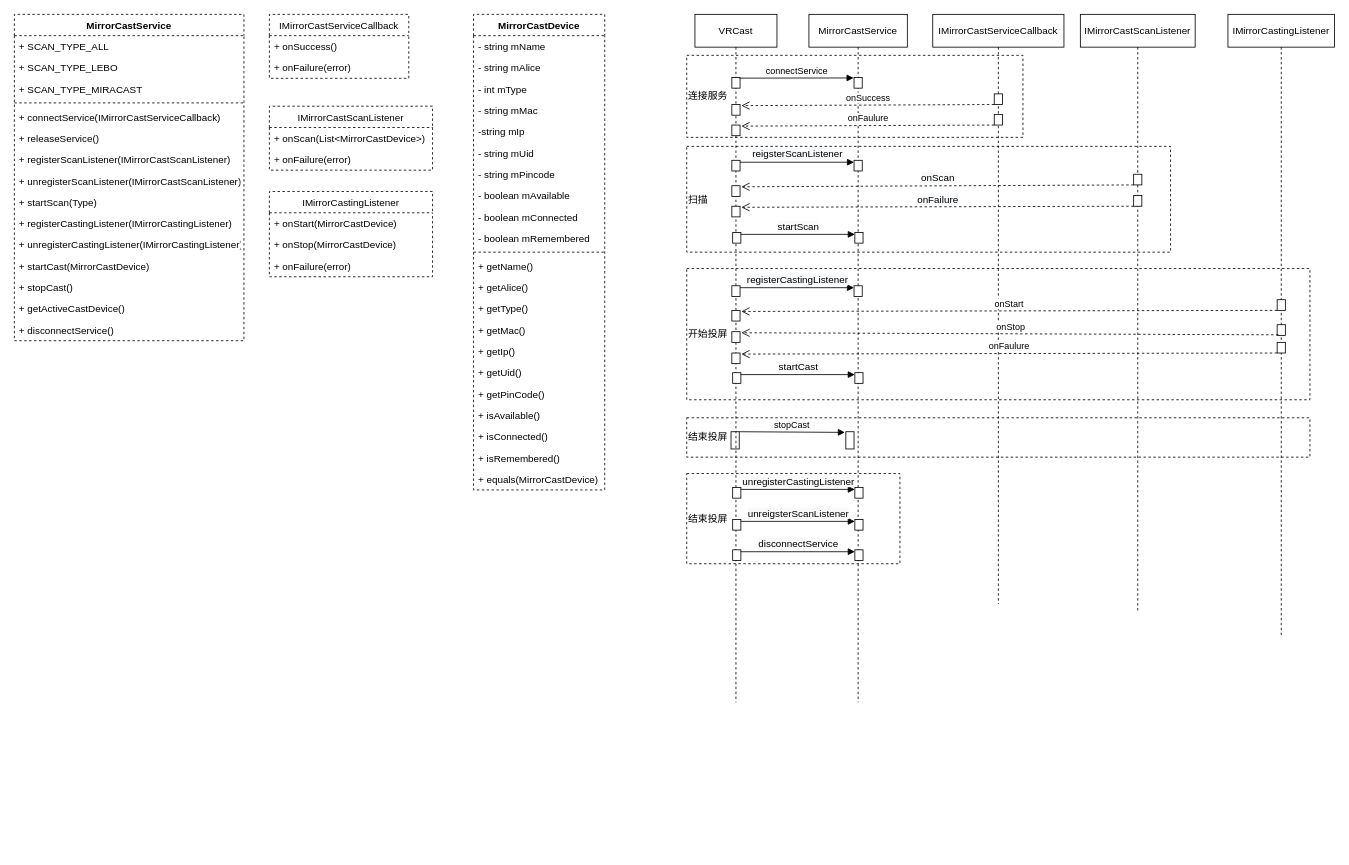
The draw.io diagram page "VR" (3 of 3) of cast.drawio in Sejutor/visio, before the edit. Source tidied: cells renumbered, new cells numbered last; positions are measured from the earlier drawing's top-left corner, leaving out a move shared by most shapes. Both pictures are drawn from the tidied source at 82%, with x=0, y=0 at pixel (14, 14).
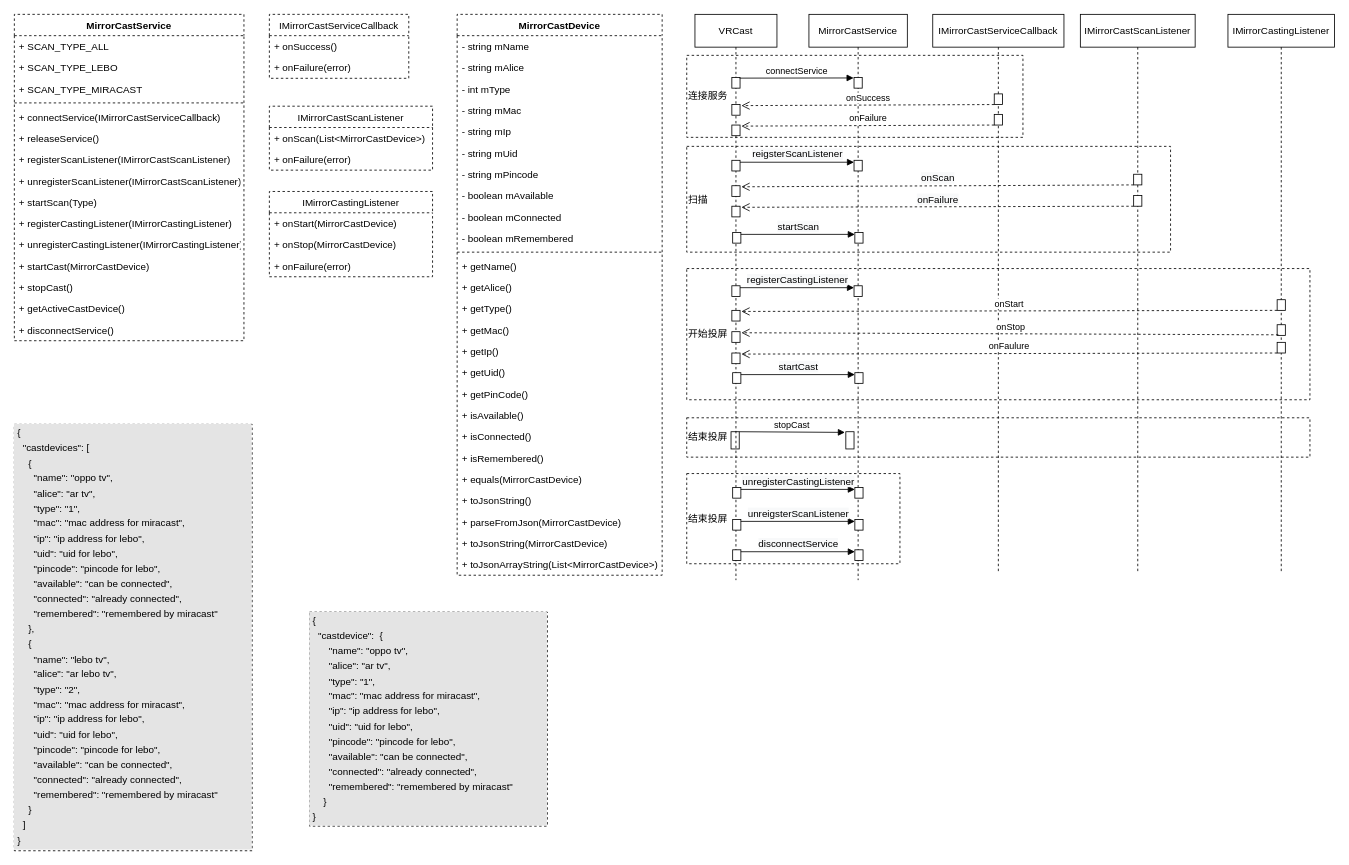
The same page after the edit.

Unchanged cells that the change refers to:
```xml
<mxCell id="77" style="html=1;points=[];perimeter=orthogonalPerimeter;" parent="1" vertex="1">
  <mxGeometry x="1195" y="122" width="10" height="13" as="geometry" />
</mxCell>
```

Diff of the diagram source:
```diff
@@
     <mxCell id="20" value="MirrorCastDevice" style="swimlane;fontStyle=1;align=center;verticalAlign=top;horizontal=1;startSize=26;dashed=1;" parent="1" vertex="1">
-      <mxGeometry x="560" width="160" height="580" as="geometry" />
+      <mxGeometry x="540" width="250" height="684" as="geometry" />
     </mxCell>
     <mxCell id="21" value="- string mName" style="text;strokeColor=none;fillColor=none;align=left;verticalAlign=top;spacingLeft=4;spacingRight=4;overflow=hidden;dashed=1;" parent="20" vertex="1">
-      <mxGeometry y="26" width="160" height="26" as="geometry" />
+      <mxGeometry y="26" width="250" height="26" as="geometry" />
     </mxCell>
     <mxCell id="22" value="- string mAlice" style="text;strokeColor=none;fillColor=none;align=left;verticalAlign=top;spacingLeft=4;spacingRight=4;overflow=hidden;dashed=1;" parent="20" vertex="1">
-      <mxGeometry y="52" width="160" height="26" as="geometry" />
+      <mxGeometry y="52" width="250" height="26" as="geometry" />
     </mxCell>
     <mxCell id="23" value="- int mType" style="text;strokeColor=none;fillColor=none;align=left;verticalAlign=top;spacingLeft=4;spacingRight=4;overflow=hidden;dashed=1;" parent="20" vertex="1">
-      <mxGeometry y="78" width="160" height="26" as="geometry" />
+      <mxGeometry y="78" width="250" height="26" as="geometry" />
     </mxCell>
     <mxCell id="24" value="- string mMac" style="text;strokeColor=none;fillColor=none;align=left;verticalAlign=top;spacingLeft=4;spacingRight=4;overflow=hidden;dashed=1;" parent="20" vertex="1">
-      <mxGeometry y="104" width="160" height="26" as="geometry" />
+      <mxGeometry y="104" width="250" height="26" as="geometry" />
     </mxCell>
-    <mxCell id="25" value="-string mIp" style="text;strokeColor=none;fillColor=none;align=left;verticalAlign=top;spacingLeft=4;spacingRight=4;overflow=hidden;dashed=1;" parent="20" vertex="1">
-      <mxGeometry y="130" width="160" height="26" as="geometry" />
+    <mxCell id="25" value="- string mIp" style="text;strokeColor=none;fillColor=none;align=left;verticalAlign=top;spacingLeft=4;spacingRight=4;overflow=hidden;dashed=1;" parent="20" vertex="1">
+      <mxGeometry y="130" width="250" height="26" as="geometry" />
     </mxCell>
     <mxCell id="26" value="- string mUid" style="text;strokeColor=none;fillColor=none;align=left;verticalAlign=top;spacingLeft=4;spacingRight=4;overflow=hidden;dashed=1;" parent="20" vertex="1">
-      <mxGeometry y="156" width="160" height="26" as="geometry" />
+      <mxGeometry y="156" width="250" height="26" as="geometry" />
     </mxCell>
     <mxCell id="27" value="- string mPincode" style="text;strokeColor=none;fillColor=none;align=left;verticalAlign=top;spacingLeft=4;spacingRight=4;overflow=hidden;dashed=1;" parent="20" vertex="1">
-      <mxGeometry y="182" width="160" height="26" as="geometry" />
+      <mxGeometry y="182" width="250" height="26" as="geometry" />
     </mxCell>
     <mxCell id="28" value="- boolean mAvailable" style="text;strokeColor=none;fillColor=none;align=left;verticalAlign=top;spacingLeft=4;spacingRight=4;overflow=hidden;dashed=1;" parent="20" vertex="1">
-      <mxGeometry y="208" width="160" height="26" as="geometry" />
+      <mxGeometry y="208" width="250" height="26" as="geometry" />
     </mxCell>
     <mxCell id="29" value="- boolean mConnected" style="text;strokeColor=none;fillColor=none;align=left;verticalAlign=top;spacingLeft=4;spacingRight=4;overflow=hidden;dashed=1;" parent="20" vertex="1">
-      <mxGeometry y="234" width="160" height="26" as="geometry" />
+      <mxGeometry y="234" width="250" height="26" as="geometry" />
     </mxCell>
     <mxCell id="30" value="- boolean mRemembered" style="text;strokeColor=none;fillColor=none;align=left;verticalAlign=top;spacingLeft=4;spacingRight=4;overflow=hidden;dashed=1;" parent="20" vertex="1">
-      <mxGeometry y="260" width="160" height="26" as="geometry" />
+      <mxGeometry y="260" width="250" height="26" as="geometry" />
     </mxCell>
     <mxCell id="31" style="line;strokeWidth=1;fillColor=none;align=left;verticalAlign=middle;spacingTop=-1;spacingLeft=3;spacingRight=3;labelPosition=right;dashed=1;" parent="20" vertex="1">
-      <mxGeometry y="286" width="160" height="8" as="geometry" />
+      <mxGeometry y="286" width="250" height="8" as="geometry" />
     </mxCell>
     <mxCell id="32" value="+ getName()" style="text;strokeColor=none;fillColor=none;align=left;verticalAlign=top;spacingLeft=4;spacingRight=4;overflow=hidden;dashed=1;" parent="20" vertex="1">
-      <mxGeometry y="294" width="160" height="26" as="geometry" />
+      <mxGeometry y="294" width="250" height="26" as="geometry" />
     </mxCell>
     <mxCell id="33" value="+ getAlice()" style="text;strokeColor=none;fillColor=none;align=left;verticalAlign=top;spacingLeft=4;spacingRight=4;overflow=hidden;dashed=1;" parent="20" vertex="1">
-      <mxGeometry y="320" width="160" height="26" as="geometry" />
+      <mxGeometry y="320" width="250" height="26" as="geometry" />
     </mxCell>
     <mxCell id="34" value="+ getType()" style="text;strokeColor=none;fillColor=none;align=left;verticalAlign=top;spacingLeft=4;spacingRight=4;overflow=hidden;dashed=1;" parent="20" vertex="1">
-      <mxGeometry y="346" width="160" height="26" as="geometry" />
+      <mxGeometry y="346" width="250" height="26" as="geometry" />
     </mxCell>
     <mxCell id="35" value="+ getMac()" style="text;strokeColor=none;fillColor=none;align=left;verticalAlign=top;spacingLeft=4;spacingRight=4;overflow=hidden;dashed=1;" parent="20" vertex="1">
-      <mxGeometry y="372" width="160" height="26" as="geometry" />
+      <mxGeometry y="372" width="250" height="26" as="geometry" />
     </mxCell>
     <mxCell id="36" value="+ getIp()" style="text;strokeColor=none;fillColor=none;align=left;verticalAlign=top;spacingLeft=4;spacingRight=4;overflow=hidden;dashed=1;" parent="20" vertex="1">
-      <mxGeometry y="398" width="160" height="26" as="geometry" />
+      <mxGeometry y="398" width="250" height="26" as="geometry" />
     </mxCell>
     <mxCell id="37" value="+ getUid()" style="text;strokeColor=none;fillColor=none;align=left;verticalAlign=top;spacingLeft=4;spacingRight=4;overflow=hidden;dashed=1;" parent="20" vertex="1">
-      <mxGeometry y="424" width="160" height="26" as="geometry" />
+      <mxGeometry y="424" width="250" height="26" as="geometry" />
     </mxCell>
     <mxCell id="38" value="+ getPinCode()" style="text;strokeColor=none;fillColor=none;align=left;verticalAlign=top;spacingLeft=4;spacingRight=4;overflow=hidden;dashed=1;" parent="20" vertex="1">
-      <mxGeometry y="450" width="160" height="26" as="geometry" />
+      <mxGeometry y="450" width="250" height="26" as="geometry" />
     </mxCell>
     <mxCell id="39" value="+ isAvailable()" style="text;strokeColor=none;fillColor=none;align=left;verticalAlign=top;spacingLeft=4;spacingRight=4;overflow=hidden;dashed=1;" parent="20" vertex="1">
-      <mxGeometry y="476" width="160" height="26" as="geometry" />
+      <mxGeometry y="476" width="250" height="26" as="geometry" />
     </mxCell>
     <mxCell id="40" value="+ isConnected()" style="text;strokeColor=none;fillColor=none;align=left;verticalAlign=top;spacingLeft=4;spacingRight=4;overflow=hidden;dashed=1;" parent="20" vertex="1">
-      <mxGeometry y="502" width="160" height="26" as="geometry" />
+      <mxGeometry y="502" width="250" height="26" as="geometry" />
     </mxCell>
     <mxCell id="41" value="+ isRemembered()" style="text;strokeColor=none;fillColor=none;align=left;verticalAlign=top;spacingLeft=4;spacingRight=4;overflow=hidden;dashed=1;" parent="20" vertex="1">
-      <mxGeometry y="528" width="160" height="26" as="geometry" />
+      <mxGeometry y="528" width="250" height="26" as="geometry" />
     </mxCell>
     <mxCell id="42" value="+ equals(MirrorCastDevice)" style="text;strokeColor=none;fillColor=none;align=left;verticalAlign=top;spacingLeft=4;spacingRight=4;overflow=hidden;dashed=1;" parent="20" vertex="1">
-      <mxGeometry y="554" width="160" height="26" as="geometry" />
+      <mxGeometry y="554" width="250" height="26" as="geometry" />
     </mxCell>
+    <mxCell id="109" value="+ toJsonString()" style="text;strokeColor=none;fillColor=none;align=left;verticalAlign=top;spacingLeft=4;spacingRight=4;overflow=hidden;dashed=1;" parent="20" vertex="1">
+      <mxGeometry y="580" width="250" height="26" as="geometry" />
+    </mxCell>
+    <mxCell id="110" value="+ parseFromJson(MirrorCastDevice)" style="text;strokeColor=none;fillColor=none;align=left;verticalAlign=top;spacingLeft=4;spacingRight=4;overflow=hidden;dashed=1;" parent="20" vertex="1">
+      <mxGeometry y="606" width="250" height="26" as="geometry" />
+    </mxCell>
+    <mxCell id="111" value="+ toJsonString(MirrorCastDevice)" style="text;strokeColor=none;fillColor=none;align=left;verticalAlign=top;spacingLeft=4;spacingRight=4;overflow=hidden;dashed=1;" parent="20" vertex="1">
+      <mxGeometry y="632" width="250" height="26" as="geometry" />
+    </mxCell>
+    <mxCell id="112" value="+ toJsonArrayString(List&lt;MirrorCastDevice&gt;)" style="text;strokeColor=none;fillColor=none;align=left;verticalAlign=top;spacingLeft=4;spacingRight=4;overflow=hidden;dashed=1;" parent="20" vertex="1">
+      <mxGeometry y="658" width="250" height="26" as="geometry" />
+    </mxCell>
@@
     <mxCell id="56" value="&lt;span style=&quot;&quot;&gt;MirrorCastService&lt;/span&gt;" style="shape=umlLifeline;perimeter=lifelinePerimeter;whiteSpace=wrap;html=1;fontStyle=0;" parent="1" vertex="1">
-      <mxGeometry x="969" width="120" height="839" as="geometry" />
+      <mxGeometry x="969" width="120" height="690" as="geometry" />
     </mxCell>
@@
     <mxCell id="61" value="VRCast" style="shape=umlLifeline;perimeter=lifelinePerimeter;whiteSpace=wrap;html=1;" parent="1" vertex="1">
-      <mxGeometry x="830" width="100" height="839" as="geometry" />
+      <mxGeometry x="830" width="100" height="690" as="geometry" />
     </mxCell>
@@
     <mxCell id="65" value="IMirrorCastServiceCallback" style="shape=umlLifeline;perimeter=lifelinePerimeter;whiteSpace=wrap;html=1;" parent="1" vertex="1">
-      <mxGeometry x="1120" width="160" height="719" as="geometry" />
+      <mxGeometry x="1120" width="160" height="680" as="geometry" />
     </mxCell>
@@
     <mxCell id="67" value="IMirrorCastScanListener" style="shape=umlLifeline;perimeter=lifelinePerimeter;whiteSpace=wrap;html=1;" parent="1" vertex="1">
-      <mxGeometry x="1300" width="140" height="729" as="geometry" />
+      <mxGeometry x="1300" width="140" height="680" as="geometry" />
     </mxCell>
@@
     <mxCell id="70" value="IMirrorCastingListener" style="shape=umlLifeline;perimeter=lifelinePerimeter;whiteSpace=wrap;html=1;" parent="1" vertex="1">
-      <mxGeometry x="1480" width="130" height="759" as="geometry" />
+      <mxGeometry x="1480" width="130" height="680" as="geometry" />
     </mxCell>
@@
-    <mxCell id="76" value="onFaulure" style="html=1;verticalAlign=bottom;endArrow=open;dashed=1;endSize=8;rounded=0;entryX=1.158;entryY=0.126;entryDx=0;entryDy=0;entryPerimeter=0;startArrow=none;" parent="1" edge="1" source="77">
+    <mxCell id="76" value="onFailure" style="html=1;verticalAlign=bottom;endArrow=open;dashed=1;endSize=8;rounded=0;entryX=1.158;entryY=0.126;entryDx=0;entryDy=0;entryPerimeter=0;startArrow=none;" parent="1" edge="1" source="77">
       <mxGeometry relative="1" as="geometry">
         <mxPoint x="886.6" y="136.3" as="targetPoint" />
       </mxGeometry>
     </mxCell>
@@
+    <mxCell id="113" value="&lt;div style=&quot;box-sizing: border-box ; width: 100% ; background: #e4e4e4 ; padding: 2px&quot;&gt;&lt;div style=&quot;box-sizing: border-box ; width: 100% ; padding: 2px&quot;&gt;{&lt;/div&gt;&lt;div style=&quot;box-sizing: border-box ; width: 100% ; padding: 2px&quot;&gt;&amp;nbsp; &quot;castdevices&quot;: [&lt;/div&gt;&lt;div style=&quot;box-sizing: border-box ; width: 100% ; padding: 2px&quot;&gt;&amp;nbsp; &amp;nbsp; {&lt;/div&gt;&lt;div style=&quot;box-sizing: border-box ; width: 100% ; padding: 2px&quot;&gt;&amp;nbsp; &amp;nbsp; &amp;nbsp; &quot;name&quot;: &quot;oppo tv&quot;,&lt;/div&gt;&lt;div style=&quot;box-sizing: border-box ; width: 100% ; padding: 2px&quot;&gt;&amp;nbsp; &amp;nbsp; &amp;nbsp; &quot;alice&quot;: &quot;ar tv&quot;,&lt;/div&gt;&lt;div style=&quot;box-sizing: border-box ; width: 100% ; padding: 2px&quot;&gt;&amp;nbsp; &amp;nbsp; &amp;nbsp; &quot;type&quot;: &quot;1&quot;,&lt;/div&gt;&lt;div style=&quot;box-sizing: border-box ; width: 100% ; padding: 2px&quot;&gt;&amp;nbsp; &amp;nbsp; &amp;nbsp; &quot;mac&quot;: &quot;mac address for miracast&quot;,&lt;/div&gt;&lt;div style=&quot;box-sizing: border-box ; width: 100% ; padding: 2px&quot;&gt;&amp;nbsp; &amp;nbsp; &amp;nbsp; &quot;ip&quot;: &quot;ip address for lebo&quot;,&lt;/div&gt;&lt;div style=&quot;box-sizing: border-box ; width: 100% ; padding: 2px&quot;&gt;&amp;nbsp; &amp;nbsp; &amp;nbsp; &quot;uid&quot;: &quot;uid for lebo&quot;,&lt;/div&gt;&lt;div style=&quot;box-sizing: border-box ; width: 100% ; padding: 2px&quot;&gt;&amp;nbsp; &amp;nbsp; &amp;nbsp; &quot;pincode&quot;: &quot;pincode for lebo&quot;,&lt;/div&gt;&lt;div style=&quot;box-sizing: border-box ; width: 100% ; padding: 2px&quot;&gt;&amp;nbsp; &amp;nbsp; &amp;nbsp; &quot;available&quot;: &quot;can be connected&quot;,&lt;/div&gt;&lt;div style=&quot;box-sizing: border-box ; width: 100% ; padding: 2px&quot;&gt;&amp;nbsp; &amp;nbsp; &amp;nbsp; &quot;connected&quot;: &quot;already connected&quot;,&lt;/div&gt;&lt;div style=&quot;box-sizing: border-box ; width: 100% ; padding: 2px&quot;&gt;&amp;nbsp; &amp;nbsp; &amp;nbsp; &quot;remembered&quot;: &quot;remembered by miracast&quot;&lt;/div&gt;&lt;div style=&quot;box-sizing: border-box ; width: 100% ; padding: 2px&quot;&gt;&amp;nbsp; &amp;nbsp; },&lt;/div&gt;&lt;div style=&quot;box-sizing: border-box ; width: 100% ; padding: 2px&quot;&gt;&amp;nbsp; &amp;nbsp; {&lt;/div&gt;&lt;div style=&quot;box-sizing: border-box ; width: 100% ; padding: 2px&quot;&gt;&amp;nbsp; &amp;nbsp; &amp;nbsp; &quot;name&quot;: &quot;lebo tv&quot;,&lt;/div&gt;&lt;div style=&quot;box-sizing: border-box ; width: 100% ; padding: 2px&quot;&gt;&amp;nbsp; &amp;nbsp; &amp;nbsp; &quot;alice&quot;: &quot;ar lebo tv&quot;,&lt;/div&gt;&lt;div style=&quot;box-sizing: border-box ; width: 100% ; padding: 2px&quot;&gt;&amp;nbsp; &amp;nbsp; &amp;nbsp; &quot;type&quot;: &quot;2&quot;,&lt;/div&gt;&lt;div style=&quot;box-sizing: border-box ; width: 100% ; padding: 2px&quot;&gt;&amp;nbsp; &amp;nbsp; &amp;nbsp; &quot;mac&quot;: &quot;mac address for miracast&quot;,&lt;/div&gt;&lt;div style=&quot;box-sizing: border-box ; width: 100% ; padding: 2px&quot;&gt;&amp;nbsp; &amp;nbsp; &amp;nbsp; &quot;ip&quot;: &quot;ip address for lebo&quot;,&lt;/div&gt;&lt;div style=&quot;box-sizing: border-box ; width: 100% ; padding: 2px&quot;&gt;&amp;nbsp; &amp;nbsp; &amp;nbsp; &quot;uid&quot;: &quot;uid for lebo&quot;,&lt;/div&gt;&lt;div style=&quot;box-sizing: border-box ; width: 100% ; padding: 2px&quot;&gt;&amp;nbsp; &amp;nbsp; &amp;nbsp; &quot;pincode&quot;: &quot;pincode for lebo&quot;,&lt;/div&gt;&lt;div style=&quot;box-sizing: border-box ; width: 100% ; padding: 2px&quot;&gt;&amp;nbsp; &amp;nbsp; &amp;nbsp; &quot;available&quot;: &quot;can be connected&quot;,&lt;/div&gt;&lt;div style=&quot;box-sizing: border-box ; width: 100% ; padding: 2px&quot;&gt;&amp;nbsp; &amp;nbsp; &amp;nbsp; &quot;connected&quot;: &quot;already connected&quot;,&lt;/div&gt;&lt;div style=&quot;box-sizing: border-box ; width: 100% ; padding: 2px&quot;&gt;&amp;nbsp; &amp;nbsp; &amp;nbsp; &quot;remembered&quot;: &quot;remembered by miracast&quot;&lt;/div&gt;&lt;div style=&quot;box-sizing: border-box ; width: 100% ; padding: 2px&quot;&gt;&amp;nbsp; &amp;nbsp; }&lt;/div&gt;&lt;div style=&quot;box-sizing: border-box ; width: 100% ; padding: 2px&quot;&gt;&amp;nbsp; ]&lt;/div&gt;&lt;div style=&quot;box-sizing: border-box ; width: 100% ; padding: 2px&quot;&gt;}&lt;/div&gt;&lt;table cellpadding=&quot;2&quot; cellspacing=&quot;0&quot; style=&quot;font-size: 1em ; width: 100%&quot;&gt;&lt;tbody&gt;&lt;/tbody&gt;&lt;/table&gt;&lt;/div&gt;" style="verticalAlign=top;align=left;overflow=fill;html=1;dashed=1;" parent="1" vertex="1">
+      <mxGeometry y="500" width="290" height="520" as="geometry" />
+    </mxCell>
+    <mxCell id="114" value="&lt;div style=&quot;box-sizing: border-box ; width: 100% ; background: #e4e4e4 ; padding: 2px&quot;&gt;&lt;div style=&quot;box-sizing: border-box ; width: 100% ; padding: 2px&quot;&gt;{&lt;/div&gt;&lt;div style=&quot;box-sizing: border-box ; width: 100% ; padding: 2px&quot;&gt;&amp;nbsp; &quot;castdevice&quot;:&amp;nbsp; {&lt;/div&gt;&lt;div style=&quot;box-sizing: border-box ; width: 100% ; padding: 2px&quot;&gt;&amp;nbsp; &amp;nbsp; &amp;nbsp; &quot;name&quot;: &quot;oppo tv&quot;,&lt;/div&gt;&lt;div style=&quot;box-sizing: border-box ; width: 100% ; padding: 2px&quot;&gt;&amp;nbsp; &amp;nbsp; &amp;nbsp; &quot;alice&quot;: &quot;ar tv&quot;,&lt;/div&gt;&lt;div style=&quot;box-sizing: border-box ; width: 100% ; padding: 2px&quot;&gt;&amp;nbsp; &amp;nbsp; &amp;nbsp; &quot;type&quot;: &quot;1&quot;,&lt;/div&gt;&lt;div style=&quot;box-sizing: border-box ; width: 100% ; padding: 2px&quot;&gt;&amp;nbsp; &amp;nbsp; &amp;nbsp; &quot;mac&quot;: &quot;mac address for miracast&quot;,&lt;/div&gt;&lt;div style=&quot;box-sizing: border-box ; width: 100% ; padding: 2px&quot;&gt;&amp;nbsp; &amp;nbsp; &amp;nbsp; &quot;ip&quot;: &quot;ip address for lebo&quot;,&lt;/div&gt;&lt;div style=&quot;box-sizing: border-box ; width: 100% ; padding: 2px&quot;&gt;&amp;nbsp; &amp;nbsp; &amp;nbsp; &quot;uid&quot;: &quot;uid for lebo&quot;,&lt;/div&gt;&lt;div style=&quot;box-sizing: border-box ; width: 100% ; padding: 2px&quot;&gt;&amp;nbsp; &amp;nbsp; &amp;nbsp; &quot;pincode&quot;: &quot;pincode for lebo&quot;,&lt;/div&gt;&lt;div style=&quot;box-sizing: border-box ; width: 100% ; padding: 2px&quot;&gt;&amp;nbsp; &amp;nbsp; &amp;nbsp; &quot;available&quot;: &quot;can be connected&quot;,&lt;/div&gt;&lt;div style=&quot;box-sizing: border-box ; width: 100% ; padding: 2px&quot;&gt;&amp;nbsp; &amp;nbsp; &amp;nbsp; &quot;connected&quot;: &quot;already connected&quot;,&lt;/div&gt;&lt;div style=&quot;box-sizing: border-box ; width: 100% ; padding: 2px&quot;&gt;&amp;nbsp; &amp;nbsp; &amp;nbsp; &quot;remembered&quot;: &quot;remembered by miracast&quot;&lt;/div&gt;&lt;div style=&quot;box-sizing: border-box ; width: 100% ; padding: 2px&quot;&gt;&amp;nbsp; &amp;nbsp; }&lt;/div&gt;&lt;div style=&quot;box-sizing: border-box ; width: 100% ; padding: 2px&quot;&gt;}&lt;/div&gt;&lt;/div&gt;" style="verticalAlign=top;align=left;overflow=fill;html=1;dashed=1;" parent="1" vertex="1">
+      <mxGeometry x="360" y="729" width="290" height="261" as="geometry" />
+    </mxCell>
```
